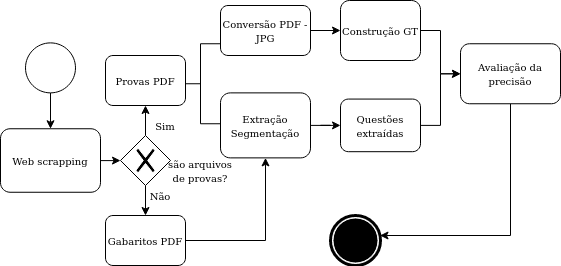
The draw.io diagram Untitled Diagram.png in karinawie/process-diagram, before a commit. Source tidied: cells renumbered, new cells last; positions are measured from the earlier drawing's top-left corner, leaving out a move shared by most shapes.
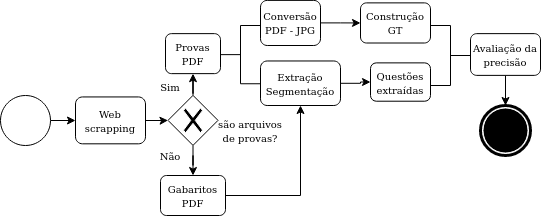
The same diagram one commit later.

What changed in the source:
```diff
@@ -6,62 +6,56 @@
       <mxGeometry relative="1" as="geometry" />
     </mxCell>
     <mxCell id="3" style="shape=mxgraph.bpmn.shape;html=1;verticalLabelPosition=bottom;labelBackgroundColor=#ffffff;verticalAlign=top;perimeter=ellipsePerimeter;outline=standard;symbol=general;" parent="1" vertex="1">
-      <mxGeometry x="25" y="42.4" width="50" height="50" as="geometry" />
+      <mxGeometry x="-40" y="135" width="50" height="50" as="geometry" />
     </mxCell>
     <mxCell id="4" style="edgeStyle=orthogonalEdgeStyle;rounded=0;jettySize=auto;html=1;" parent="1" edge="1" source="5" target="23">
       <mxGeometry relative="1" as="geometry" />
     </mxCell>
     <mxCell id="5" value="&lt;font style=&quot;font-size: 10px&quot;&gt;Web scrapping&lt;/font&gt;" style="shape=ext;rounded=1;html=1;whiteSpace=wrap;" parent="1" vertex="1">
-      <mxGeometry y="128.2" width="100" height="63.5" as="geometry" />
+      <mxGeometry x="35" y="136.4" width="70" height="46.9" as="geometry" />
     </mxCell>
-    <mxCell id="6" style="edgeStyle=orthogonalEdgeStyle;rounded=0;jettySize=auto;html=1;" parent="1" edge="1" source="7" target="14">
-      <mxGeometry relative="1" as="geometry" />
-    </mxCell>
     <mxCell id="7" value="&lt;font style=&quot;font-size: 10px&quot;&gt;Questões extraídas&lt;/font&gt;" style="html=1;whiteSpace=wrap;rounded=1;" parent="1" vertex="1">
-      <mxGeometry x="340" y="98.6" width="80" height="52.6" as="geometry" />
+      <mxGeometry x="330" y="102.4" width="60" height="38.3" as="geometry" />
     </mxCell>
-    <mxCell id="8" style="edgeStyle=orthogonalEdgeStyle;rounded=0;jettySize=auto;html=1;" parent="1" edge="1" source="9" target="14">
-      <mxGeometry relative="1" as="geometry" />
-    </mxCell>
     <mxCell id="9" value="&lt;font style=&quot;font-size: 10px&quot;&gt;Construção GT &lt;/font&gt;" style="html=1;whiteSpace=wrap;rounded=1;" parent="1" vertex="1">
-      <mxGeometry x="340" width="80" height="60" as="geometry" />
+      <mxGeometry x="320" y="42.4" width="70" height="40.1" as="geometry" />
     </mxCell>
-    <mxCell id="10" style="edgeStyle=orthogonalEdgeStyle;rounded=0;jettySize=auto;html=1;" parent="1" edge="1" source="11" target="7">
+    <mxCell id="10" style="edgeStyle=orthogonalEdgeStyle;rounded=0;jettySize=auto;html=1;entryX=0;entryY=0.5;entryDx=0;entryDy=0;" parent="1" edge="1" source="11" target="7">
       <mxGeometry relative="1" as="geometry" />
     </mxCell>
     <mxCell id="11" value="&lt;div&gt;&lt;font style=&quot;font-size: 10px&quot;&gt;Extração Segmentação&lt;br&gt;&lt;/font&gt;&lt;/div&gt;" style="shape=ext;rounded=1;html=1;whiteSpace=wrap;" parent="1" vertex="1">
-      <mxGeometry x="220" y="92.4" width="90" height="65" as="geometry" />
+      <mxGeometry x="220" y="100.5" width="80" height="44.5" as="geometry" />
     </mxCell>
     <mxCell id="12" style="html=1;shape=mxgraph.flowchart.annotation_2;align=left;labelPosition=right;" parent="1" vertex="1">
-      <mxGeometry x="180" y="43.2" width="40" height="80" as="geometry" />
+      <mxGeometry x="180" y="65" width="40" height="58.2" as="geometry" />
     </mxCell>
     <mxCell id="13" style="edgeStyle=orthogonalEdgeStyle;rounded=0;jettySize=auto;html=1;" parent="1" edge="1" source="14" target="17">
       <mxGeometry relative="1" as="geometry">
         <Array as="points">
-          <mxPoint x="510" y="235" />
+          <mxPoint x="475" y="190" />
         </Array>
       </mxGeometry>
     </mxCell>
     <mxCell id="14" value="&lt;font style=&quot;font-size: 10px&quot;&gt;Avaliação da precisão&lt;/font&gt;" style="html=1;whiteSpace=wrap;rounded=1;" parent="1" vertex="1">
-      <mxGeometry x="460" y="43.2" width="100" height="60" as="geometry" />
+      <mxGeometry x="430" y="73.1" width="70" height="41.8" as="geometry" />
     </mxCell>
-    <mxCell id="15" style="edgeStyle=orthogonalEdgeStyle;rounded=0;jettySize=auto;html=1;" parent="1" edge="1" source="16" target="9">
+    <mxCell id="15" style="edgeStyle=orthogonalEdgeStyle;rounded=0;jettySize=auto;html=1;entryX=0;entryY=0.5;entryDx=0;entryDy=0;" parent="1" edge="1" source="16" target="9">
       <mxGeometry relative="1" as="geometry" />
     </mxCell>
     <mxCell id="16" value="&lt;font style=&quot;font-size: 10px&quot;&gt;Conversão PDF - JPG&lt;/font&gt;" style="html=1;whiteSpace=wrap;rounded=1;" parent="1" vertex="1">
-      <mxGeometry x="220" y="5" width="90" height="50" as="geometry" />
+      <mxGeometry x="220" y="39.9" width="60" height="45.1" as="geometry" />
     </mxCell>
     <mxCell id="17" style="shape=mxgraph.bpmn.shape;html=1;verticalLabelPosition=bottom;labelBackgroundColor=#ffffff;verticalAlign=top;align=center;perimeter=ellipsePerimeter;outlineConnect=0;outline=end;symbol=terminate;" parent="1" vertex="1">
-      <mxGeometry x="330" y="215" width="50" height="50" as="geometry" />
+      <mxGeometry x="440" y="145" width="50" height="50" as="geometry" />
     </mxCell>
     <mxCell id="18" value="&lt;font style=&quot;font-size: 10px&quot;&gt;Provas PDF&lt;/font&gt;" style="shape=ext;rounded=1;html=1;whiteSpace=wrap;" parent="1" vertex="1">
-      <mxGeometry x="105" y="55" width="80" height="50" as="geometry" />
+      <mxGeometry x="125" y="73.1" width="55" height="40" as="geometry" />
     </mxCell>
     <mxCell id="19" style="edgeStyle=orthogonalEdgeStyle;rounded=0;jettySize=auto;html=1;" parent="1" edge="1" source="20" target="11">
       <mxGeometry relative="1" as="geometry" />
     </mxCell>
     <mxCell id="20" value="&lt;font style=&quot;font-size: 10px&quot;&gt;Gabaritos PDF&lt;/font&gt;" style="shape=ext;rounded=1;html=1;whiteSpace=wrap;" parent="1" vertex="1">
-      <mxGeometry x="105" y="215" width="80" height="50" as="geometry" />
+      <mxGeometry x="120" y="215" width="65" height="40" as="geometry" />
     </mxCell>
     <mxCell id="21" style="edgeStyle=orthogonalEdgeStyle;rounded=0;jettySize=auto;html=1;" parent="1" edge="1" source="23" target="18">
       <mxGeometry relative="1" as="geometry" />
@@ -70,16 +64,22 @@
       <mxGeometry relative="1" as="geometry" />
     </mxCell>
     <mxCell id="23" style="shape=mxgraph.bpmn.shape;html=1;verticalLabelPosition=bottom;labelBackgroundColor=#ffffff;verticalAlign=top;align=center;perimeter=rhombusPerimeter;background=gateway;outlineConnect=0;outline=none;symbol=exclusiveGw;" parent="1" vertex="1">
-      <mxGeometry x="120" y="135" width="50" height="50" as="geometry" />
+      <mxGeometry x="127.5" y="134.9" width="50" height="50" as="geometry" />
     </mxCell>
     <mxCell id="24" value="&lt;font style=&quot;font-size: 10px&quot;&gt;são arquivos de provas?&lt;/font&gt;" style="text;html=1;strokeColor=none;fillColor=none;align=center;verticalAlign=middle;whiteSpace=wrap;rounded=0;" parent="1" vertex="1">
-      <mxGeometry x="160" y="165" width="80" height="10" as="geometry" />
+      <mxGeometry x="170" y="165" width="80" height="10" as="geometry" />
     </mxCell>
     <mxCell id="25" value="&lt;font style=&quot;font-size: 10px&quot;&gt;Sim&lt;/font&gt;" style="text;html=1;strokeColor=none;fillColor=none;align=center;verticalAlign=middle;whiteSpace=wrap;rounded=0;" parent="1" vertex="1">
-      <mxGeometry x="145" y="114.9" width="40" height="20" as="geometry" />
+      <mxGeometry x="110" y="116.4" width="40" height="20" as="geometry" />
     </mxCell>
     <mxCell id="26" value="&lt;div&gt;&lt;font style=&quot;font-size: 10px&quot;&gt;Não&lt;/font&gt;&lt;/div&gt;" style="text;html=1;strokeColor=none;fillColor=none;align=center;verticalAlign=middle;whiteSpace=wrap;rounded=0;" parent="1" vertex="1">
-      <mxGeometry x="140" y="185" width="40" height="20" as="geometry" />
+      <mxGeometry x="110" y="185" width="40" height="20" as="geometry" />
     </mxCell>
+    <mxCell id="27" style="html=1;shape=mxgraph.flowchart.annotation_2;align=left;labelPosition=right;direction=west;" parent="1" vertex="1">
+      <mxGeometry x="390" y="65" width="40" height="60" as="geometry" />
+    </mxCell>
+    <mxCell id="28" style="edgeStyle=orthogonalEdgeStyle;rounded=0;orthogonalLoop=1;jettySize=auto;html=1;exitX=0.5;exitY=1;exitDx=0;exitDy=0;" parent="1" edge="1" source="24" target="24">
+      <mxGeometry relative="1" as="geometry" />
+    </mxCell>
   </root>
 </mxGraphModel>
```
